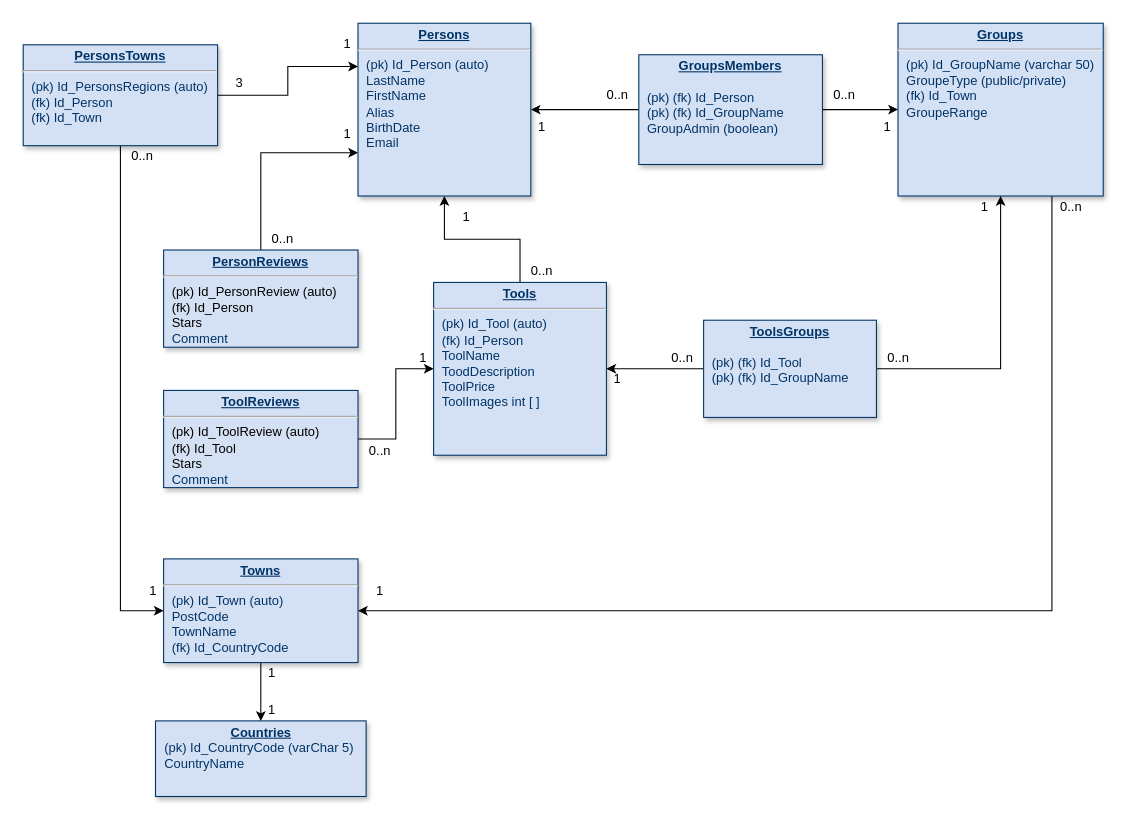
Earlier version of the draw.io diagram backEnd/DB/doc/db_schematic.drawio (Altiimax/DevWebProject). Source tidied: cells renumbered, new cells numbered last; positions are measured from the earlier drawing's top-left corner, leaving out a move shared by most shapes. Both pictures are drawn from the tidied source at 108%, with x=0, y=0 at pixel (23, 23).
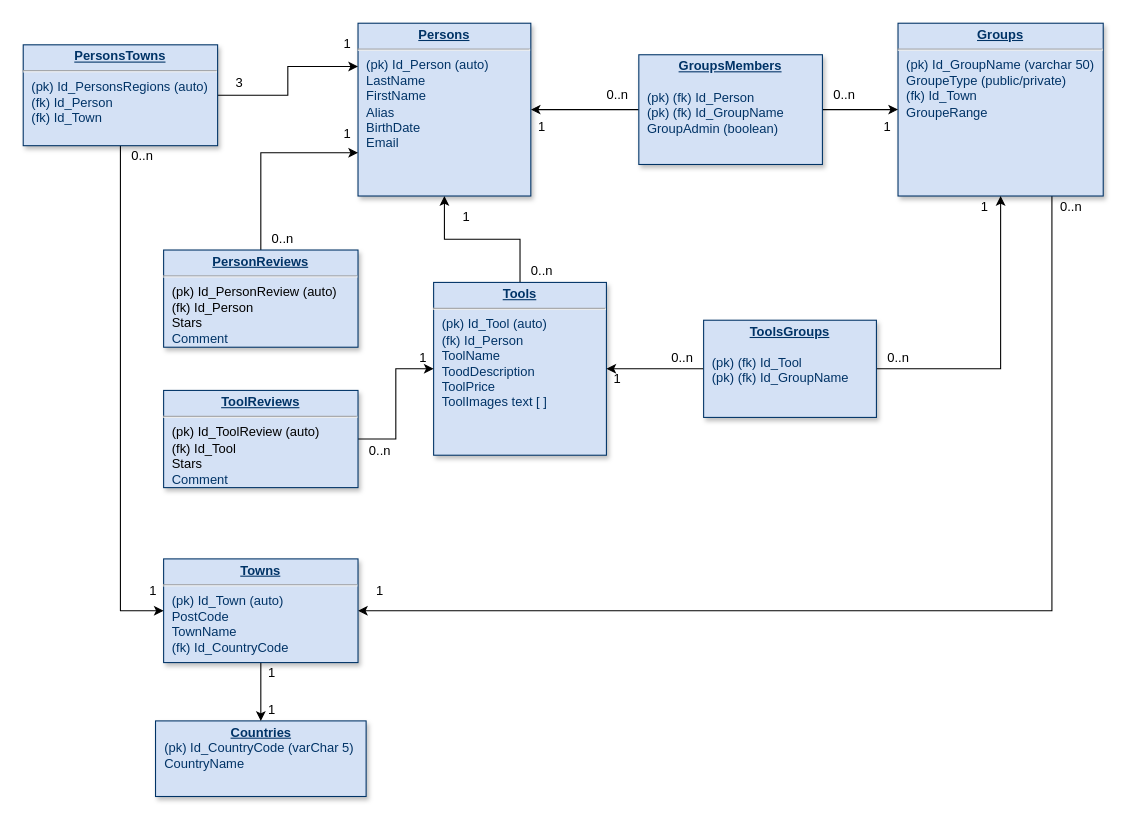
Above is the later version.

Commit message (it also covers changes not shown here):
modified db schematic: ToolsImages column type

The edit, as a diff of the source:
```diff
@@
-    <mxCell id="3" value="&lt;p style=&quot;margin: 0px ; margin-top: 4px ; text-align: center ; text-decoration: underline&quot;&gt;&lt;strong&gt;Tools&lt;/strong&gt;&lt;/p&gt;&lt;hr&gt;&lt;p style=&quot;margin: 0px ; margin-left: 8px&quot;&gt;(pk) Id_Tool (auto)&lt;/p&gt;&lt;p style=&quot;margin: 0px ; margin-left: 8px&quot;&gt;(fk) Id_Person&amp;nbsp;&lt;/p&gt;&lt;p style=&quot;margin: 0px ; margin-left: 8px&quot;&gt;ToolName&lt;/p&gt;&lt;p style=&quot;margin: 0px ; margin-left: 8px&quot;&gt;ToodDescription&lt;/p&gt;&lt;p style=&quot;margin: 0px ; margin-left: 8px&quot;&gt;&lt;span&gt;ToolPrice&lt;/span&gt;&lt;br&gt;&lt;/p&gt;&lt;p style=&quot;margin: 0px ; margin-left: 8px&quot;&gt;&lt;span&gt;ToolImages int [ ]&lt;/span&gt;&lt;/p&gt;" style="verticalAlign=top;align=left;overflow=fill;fontSize=12;fontFamily=Helvetica;html=1;strokeColor=#003366;shadow=1;fillColor=#D4E1F5;fontColor=#003366;" parent="1" vertex="1">
+    <mxCell id="3" value="&lt;p style=&quot;margin: 0px ; margin-top: 4px ; text-align: center ; text-decoration: underline&quot;&gt;&lt;strong&gt;Tools&lt;/strong&gt;&lt;/p&gt;&lt;hr&gt;&lt;p style=&quot;margin: 0px ; margin-left: 8px&quot;&gt;(pk) Id_Tool (auto)&lt;/p&gt;&lt;p style=&quot;margin: 0px ; margin-left: 8px&quot;&gt;(fk) Id_Person&amp;nbsp;&lt;/p&gt;&lt;p style=&quot;margin: 0px ; margin-left: 8px&quot;&gt;ToolName&lt;/p&gt;&lt;p style=&quot;margin: 0px ; margin-left: 8px&quot;&gt;ToodDescription&lt;/p&gt;&lt;p style=&quot;margin: 0px ; margin-left: 8px&quot;&gt;&lt;span&gt;ToolPrice&lt;/span&gt;&lt;br&gt;&lt;/p&gt;&lt;p style=&quot;margin: 0px ; margin-left: 8px&quot;&gt;&lt;span&gt;ToolImages text [ ]&lt;/span&gt;&lt;/p&gt;" style="verticalAlign=top;align=left;overflow=fill;fontSize=12;fontFamily=Helvetica;html=1;strokeColor=#003366;shadow=1;fillColor=#D4E1F5;fontColor=#003366;" parent="1" vertex="1">
       <mxGeometry x="380" y="240" width="160" height="160" as="geometry" />
     </mxCell>
```
